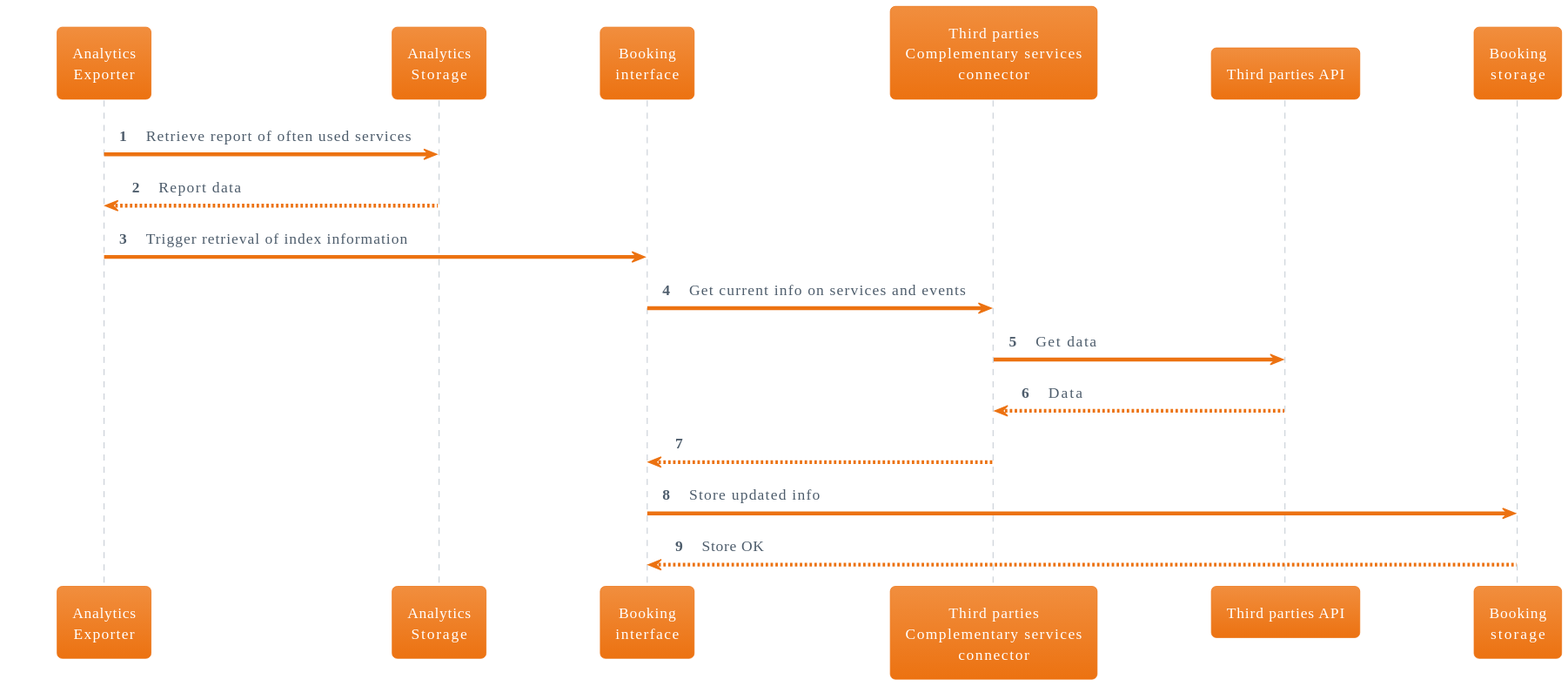
The PlantUML diagram doc/use_cases/programmatic_store_local_services_info.svg in relic-da/ArchEnemies, before a commit. Source of this version:
```plantuml
@startuml
!theme aws-orange

skinparam BackgroundColor white
skinparam actorstyle awesome
autonumber 1



participant "Analytics\nExporter" as analytics_exporter
participant "Analytics\nStorage" as analytics_storage
participant "Booking\ninterface" as booking_interface
participant "Third parties\nComplementary services\nconnector" as third_parties_connector
participant "Third parties API" as third_parties_api
participant "Booking\nstorage" as booking_storage

analytics_exporter -> analytics_storage: Retrieve report of often used services
return Report data
analytics_exporter -> booking_interface: Trigger retrieval of index information
booking_interface -> third_parties_connector: Get current info on services and events
third_parties_connector -> third_parties_api: Get data
return Data
third_parties_connector --> booking_interface
booking_interface -> booking_storage: Store updated info
return Store OK
@enduml
```
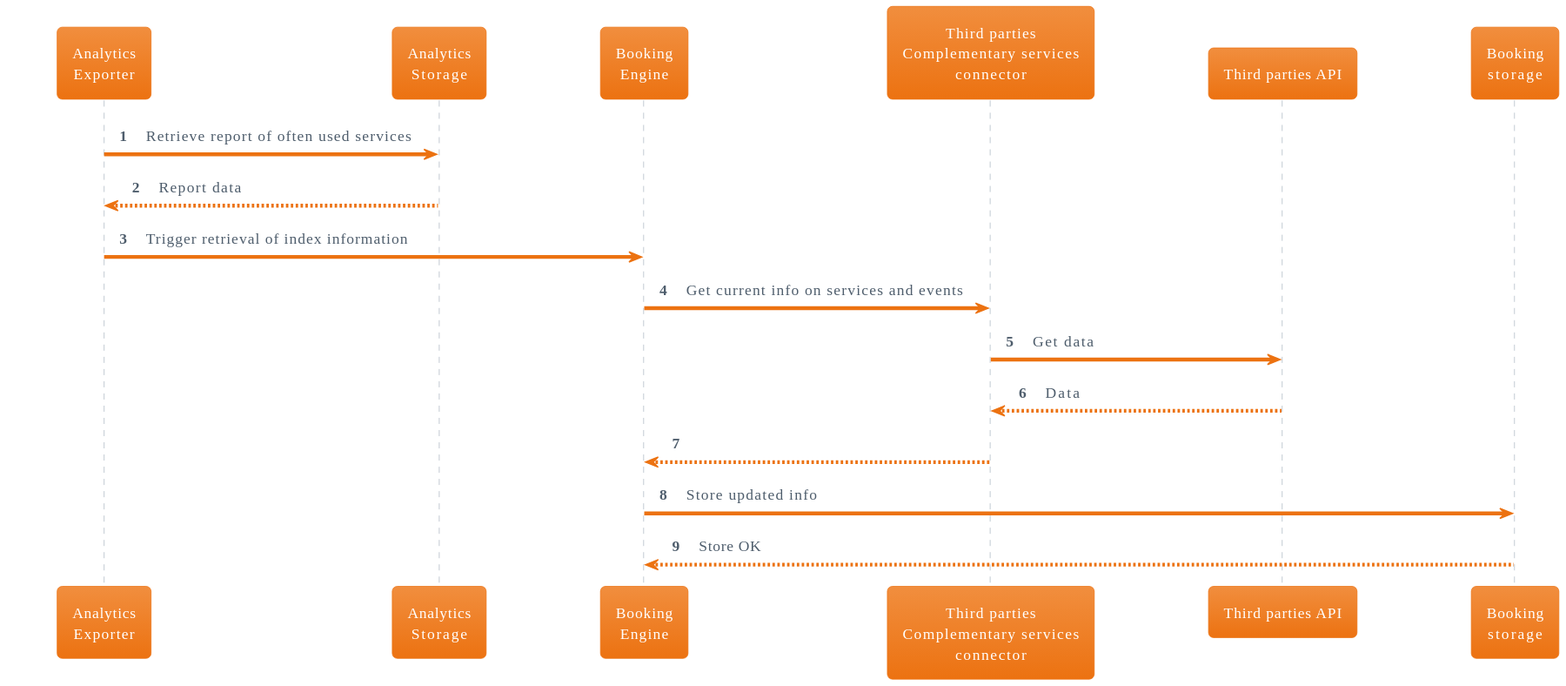
The same file after the commit.

The edit, as a diff of the source:
```diff
@@ -9,18 +9,18 @@
 
 participant "Analytics\nExporter" as analytics_exporter
 participant "Analytics\nStorage" as analytics_storage
-participant "Booking\ninterface" as booking_interface
+participant "Booking\nEngine" as booking_engine
 participant "Third parties\nComplementary services\nconnector" as third_parties_connector
 participant "Third parties API" as third_parties_api
 participant "Booking\nstorage" as booking_storage
 
 analytics_exporter -> analytics_storage: Retrieve report of often used services
 return Report data
-analytics_exporter -> booking_interface: Trigger retrieval of index information
-booking_interface -> third_parties_connector: Get current info on services and events
+analytics_exporter -> booking_engine: Trigger retrieval of index information
+booking_engine -> third_parties_connector: Get current info on services and events
 third_parties_connector -> third_parties_api: Get data
 return Data
-third_parties_connector --> booking_interface
-booking_interface -> booking_storage: Store updated info
+third_parties_connector --> booking_engine
+booking_engine -> booking_storage: Store updated info
 return Store OK
 @enduml
```
